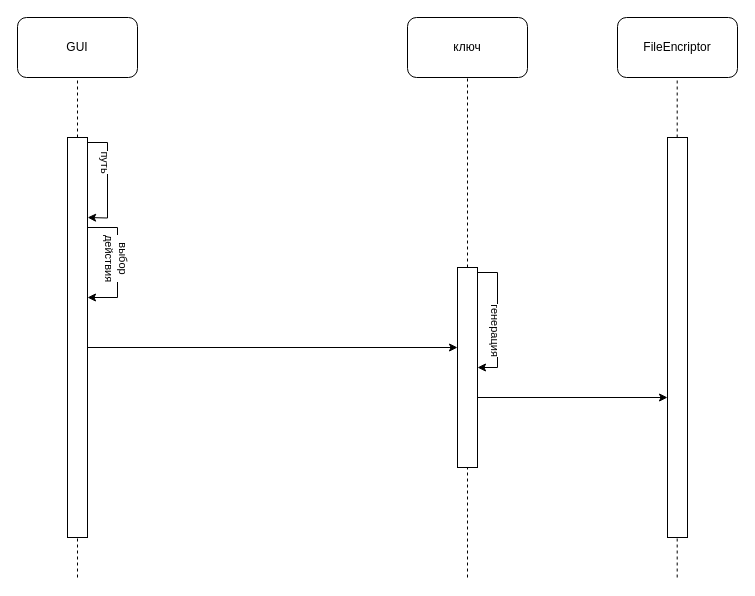
This is Диаграмма последовательности.drawio from leosavelka/Kursovaya_LNT, a draw.io file, before an edit. Source tidied: cells renumbered, new cells numbered last; positions are measured from the earlier drawing's top-left corner, leaving out a move shared by most shapes. Both pictures are drawn from the tidied source at 100%, with x=0, y=0 at pixel (17, 17).
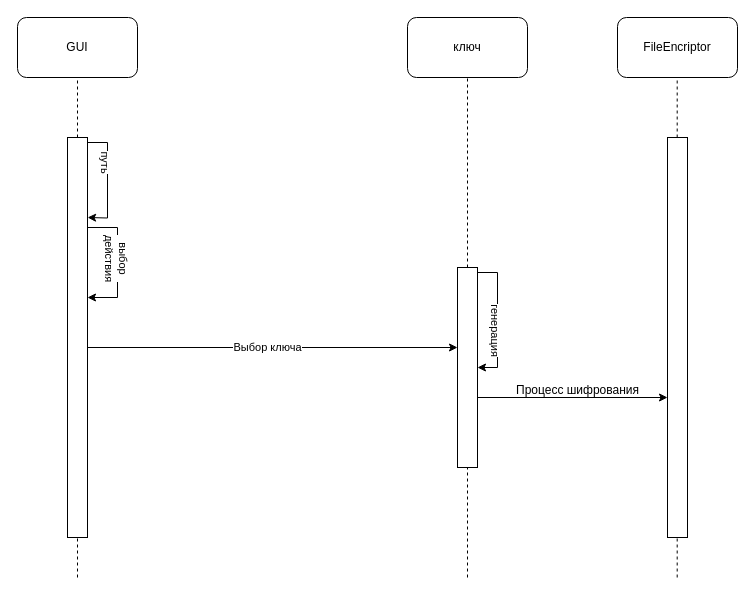
The same page after the edit.

Unchanged cells that the change refers to:
```xml
<mxCell id="18" style="endArrow=classic;html=1;rounded=0;" parent="1" edge="1" target="14">
  <mxGeometry relative="1" as="geometry">
    <mxPoint x="70" y="330" as="sourcePoint" />
  </mxGeometry>
</mxCell>
```

Diff of the diagram source:
```diff
@@
+    <mxCell id="22" value="Выбор ключа" style="edgeLabel;html=1;align=center;verticalAlign=middle;" parent="18" vertex="1">
+      <mxGeometry x="-0.03" y="1" relative="1" as="geometry" />
+    </mxCell>
@@
+    <mxCell id="23" value="Процесс шифрования" style="text;html=1;align=center;verticalAlign=middle;strokeColor=none;fillColor=none;" parent="1" vertex="1">
+      <mxGeometry x="485" y="358" width="150" height="30" as="geometry" />
+    </mxCell>
```
